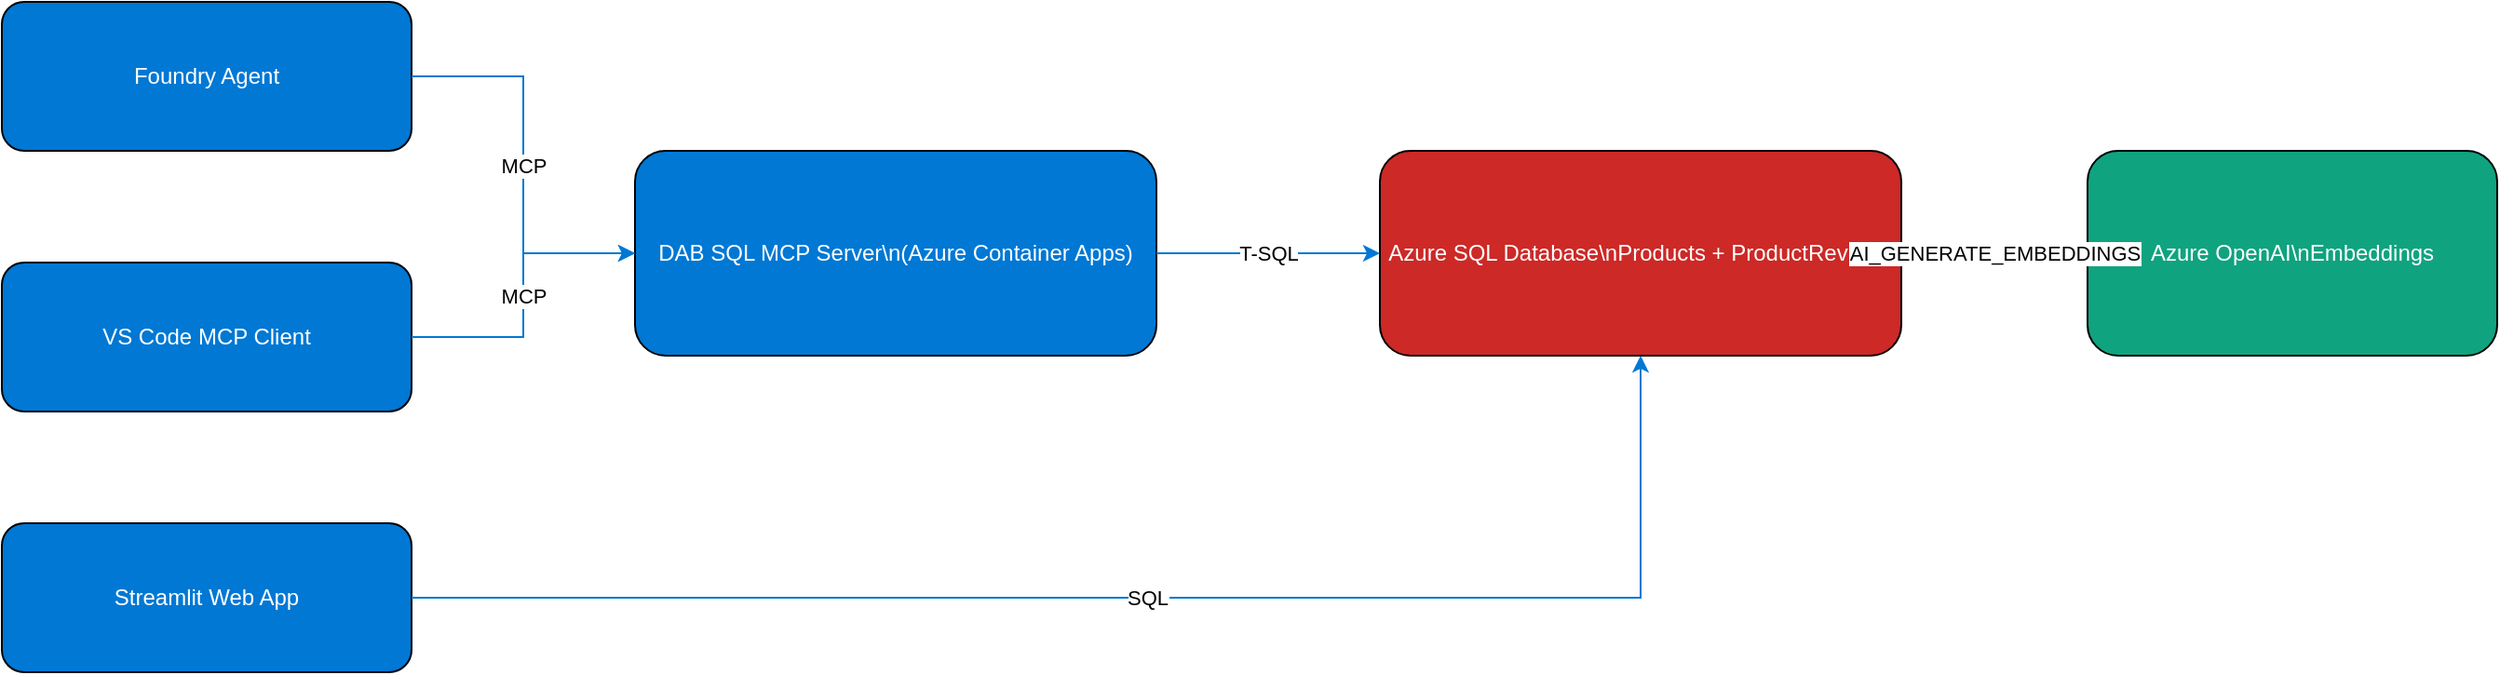
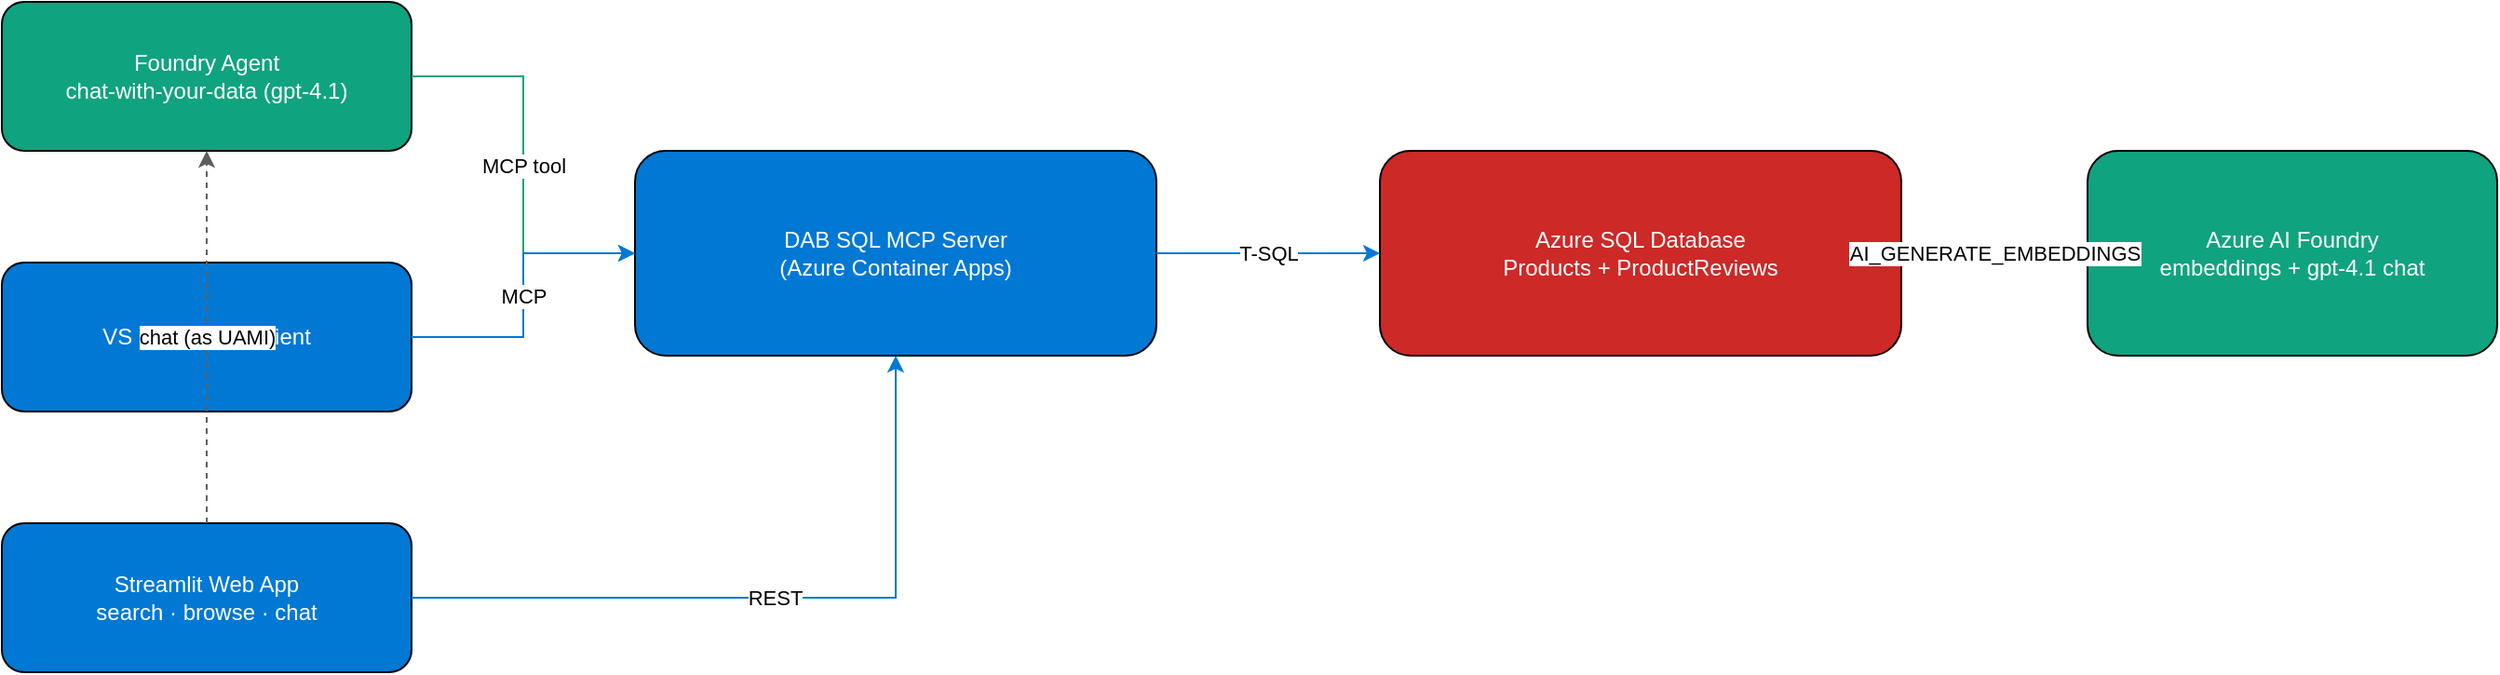
<mxfile host="app.diagrams.net" modified="2026-05-07T00:00:00.000Z" agent="5.0" version="24.7.17" type="device">
  <diagram id="overview" name="Page-1">
    <mxGraphModel dx="1260" dy="720" grid="1" gridSize="10" guides="1" tooltips="1" connect="1" arrows="1" fold="1" page="1" pageScale="1" pageWidth="1600" pageHeight="1000" math="0" shadow="0">
      <root>
        <mxCell id="0"/>
        <mxCell id="1" parent="0"/>
-         <mxCell id="2" value="Foundry Agent" style="rounded=1;whiteSpace=wrap;html=1;fillColor=#0078D4;fontColor=#FFFFFF;" vertex="1" parent="1"><mxGeometry x="80" y="140" width="220" height="80" as="geometry"/></mxCell>
+         <mxCell id="2" value="Foundry Agent&#10;chat-with-your-data (gpt-4.1)" style="rounded=1;whiteSpace=wrap;html=1;fillColor=#10A37F;fontColor=#FFFFFF;" vertex="1" parent="1"><mxGeometry x="80" y="140" width="220" height="80" as="geometry"/></mxCell>
        <mxCell id="3" value="VS Code MCP Client" style="rounded=1;whiteSpace=wrap;html=1;fillColor=#0078D4;fontColor=#FFFFFF;" vertex="1" parent="1"><mxGeometry x="80" y="280" width="220" height="80" as="geometry"/></mxCell>
-         <mxCell id="4" value="Streamlit Web App" style="rounded=1;whiteSpace=wrap;html=1;fillColor=#0078D4;fontColor=#FFFFFF;" vertex="1" parent="1"><mxGeometry x="80" y="420" width="220" height="80" as="geometry"/></mxCell>
-         <mxCell id="5" value="DAB SQL MCP Server\n(Azure Container Apps)" style="rounded=1;whiteSpace=wrap;html=1;fillColor=#0078D4;fontColor=#FFFFFF;" vertex="1" parent="1"><mxGeometry x="420" y="220" width="280" height="110" as="geometry"/></mxCell>
-         <mxCell id="6" value="Azure SQL Database\nProducts + ProductReviews" style="rounded=1;whiteSpace=wrap;html=1;fillColor=#CC2927;fontColor=#FFFFFF;" vertex="1" parent="1"><mxGeometry x="820" y="220" width="280" height="110" as="geometry"/></mxCell>
-         <mxCell id="7" value="Azure OpenAI\nEmbeddings" style="rounded=1;whiteSpace=wrap;html=1;fillColor=#10A37F;fontColor=#FFFFFF;" vertex="1" parent="1"><mxGeometry x="1200" y="220" width="220" height="110" as="geometry"/></mxCell>
-         <mxCell id="8" value="MCP" style="edgeStyle=orthogonalEdgeStyle;rounded=0;orthogonalLoop=1;jettySize=auto;html=1;strokeColor=#0078D4;" edge="1" parent="1" source="2" target="5"><mxGeometry relative="1" as="geometry"/></mxCell>
+         <mxCell id="4" value="Streamlit Web App&#10;search · browse · chat" style="rounded=1;whiteSpace=wrap;html=1;fillColor=#0078D4;fontColor=#FFFFFF;" vertex="1" parent="1"><mxGeometry x="80" y="420" width="220" height="80" as="geometry"/></mxCell>
+         <mxCell id="5" value="DAB SQL MCP Server&#10;(Azure Container Apps)" style="rounded=1;whiteSpace=wrap;html=1;fillColor=#0078D4;fontColor=#FFFFFF;" vertex="1" parent="1"><mxGeometry x="420" y="220" width="280" height="110" as="geometry"/></mxCell>
+         <mxCell id="6" value="Azure SQL Database&#10;Products + ProductReviews" style="rounded=1;whiteSpace=wrap;html=1;fillColor=#CC2927;fontColor=#FFFFFF;" vertex="1" parent="1"><mxGeometry x="820" y="220" width="280" height="110" as="geometry"/></mxCell>
+         <mxCell id="7" value="Azure AI Foundry&#10;embeddings + gpt-4.1 chat" style="rounded=1;whiteSpace=wrap;html=1;fillColor=#10A37F;fontColor=#FFFFFF;" vertex="1" parent="1"><mxGeometry x="1200" y="220" width="220" height="110" as="geometry"/></mxCell>
+         <mxCell id="8" value="MCP tool" style="edgeStyle=orthogonalEdgeStyle;rounded=0;orthogonalLoop=1;jettySize=auto;html=1;strokeColor=#10A37F;" edge="1" parent="1" source="2" target="5"><mxGeometry relative="1" as="geometry"/></mxCell>
        <mxCell id="9" value="MCP" style="edgeStyle=orthogonalEdgeStyle;rounded=0;orthogonalLoop=1;jettySize=auto;html=1;strokeColor=#0078D4;" edge="1" parent="1" source="3" target="5"><mxGeometry relative="1" as="geometry"/></mxCell>
-         <mxCell id="10" value="SQL" style="edgeStyle=orthogonalEdgeStyle;rounded=0;orthogonalLoop=1;jettySize=auto;html=1;strokeColor=#0078D4;" edge="1" parent="1" source="4" target="6"><mxGeometry relative="1" as="geometry"/></mxCell>
+         <mxCell id="10" value="REST" style="edgeStyle=orthogonalEdgeStyle;rounded=0;orthogonalLoop=1;jettySize=auto;html=1;strokeColor=#0078D4;" edge="1" parent="1" source="4" target="5"><mxGeometry relative="1" as="geometry"/></mxCell>
        <mxCell id="11" value="T-SQL" style="edgeStyle=orthogonalEdgeStyle;rounded=0;orthogonalLoop=1;jettySize=auto;html=1;strokeColor=#0078D4;" edge="1" parent="1" source="5" target="6"><mxGeometry relative="1" as="geometry"/></mxCell>
        <mxCell id="12" value="AI_GENERATE_EMBEDDINGS" style="edgeStyle=orthogonalEdgeStyle;rounded=0;orthogonalLoop=1;jettySize=auto;html=1;strokeColor=#10A37F;" edge="1" parent="1" source="6" target="7"><mxGeometry relative="1" as="geometry"/></mxCell>
+         <mxCell id="13" value="chat (as UAMI)" style="edgeStyle=orthogonalEdgeStyle;rounded=0;orthogonalLoop=1;jettySize=auto;html=1;strokeColor=#605E5C;dashed=1;" edge="1" parent="1" source="4" target="2"><mxGeometry relative="1" as="geometry"/></mxCell>
      </root>
    </mxGraphModel>
  </diagram>
</mxfile>

